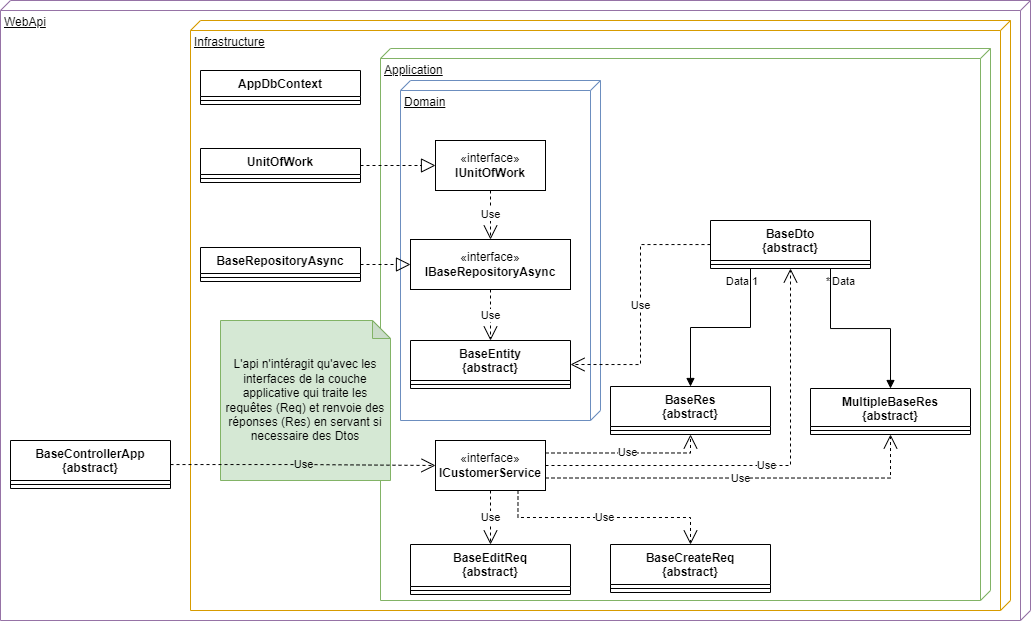
Earlier version of the draw.io export docs/Diagrammes-Onion Layer.drawio.png (Scholastien/MyApp). Source tidied: cells renumbered, new cells last; positions are measured from the earlier drawing's top-left corner, leaving out a move shared by most shapes.
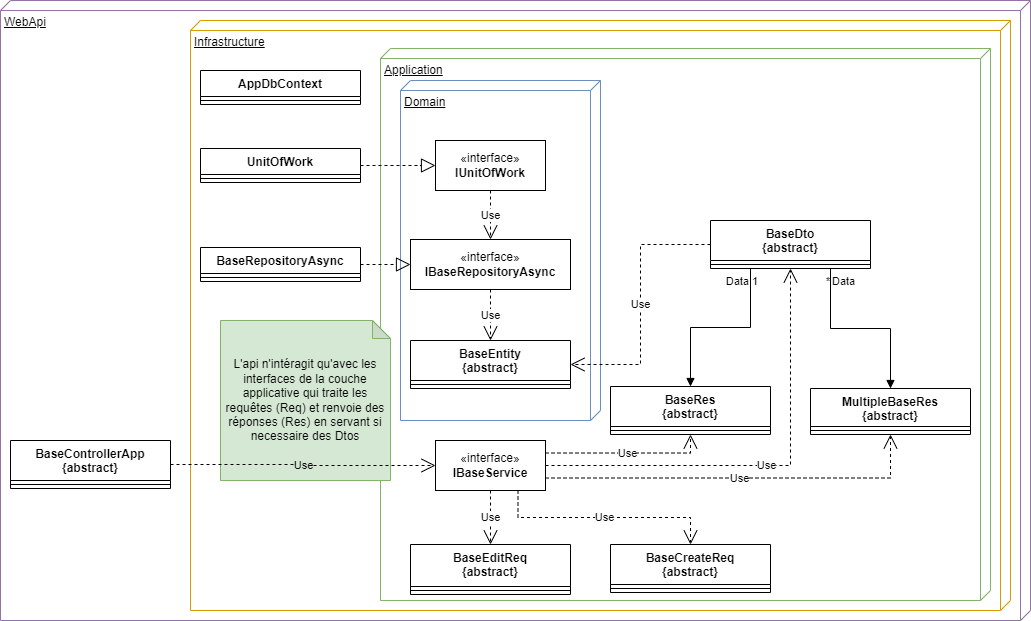
The same diagram one commit later.

Diff of the diagram source:
```diff
@@ -26,7 +26,7 @@
     <mxCell id="9" style="line;strokeWidth=1;fillColor=none;align=left;verticalAlign=middle;spacingTop=-1;spacingLeft=3;spacingRight=3;labelPosition=right;strokeColor=inherit;" parent="8" vertex="1">
       <mxGeometry y="40" width="160" height="8" as="geometry" />
     </mxCell>
-    <mxCell id="10" value="«interface»&lt;br&gt;&lt;b&gt;ICustomerService&lt;/b&gt;" style="html=1;whiteSpace=wrap;" parent="1" vertex="1">
+    <mxCell id="10" value="«interface»&lt;br&gt;&lt;b&gt;IBaseService&lt;/b&gt;" style="html=1;whiteSpace=wrap;" parent="1" vertex="1">
       <mxGeometry x="435" y="440" width="110" height="50" as="geometry" />
     </mxCell>
     <mxCell id="11" value="BaseEditReq&lt;br&gt;{abstract}" style="swimlane;fontStyle=1;align=center;verticalAlign=top;horizontal=1;startSize=42;whiteSpace=wrap;html=1;" parent="1" vertex="1">
```
